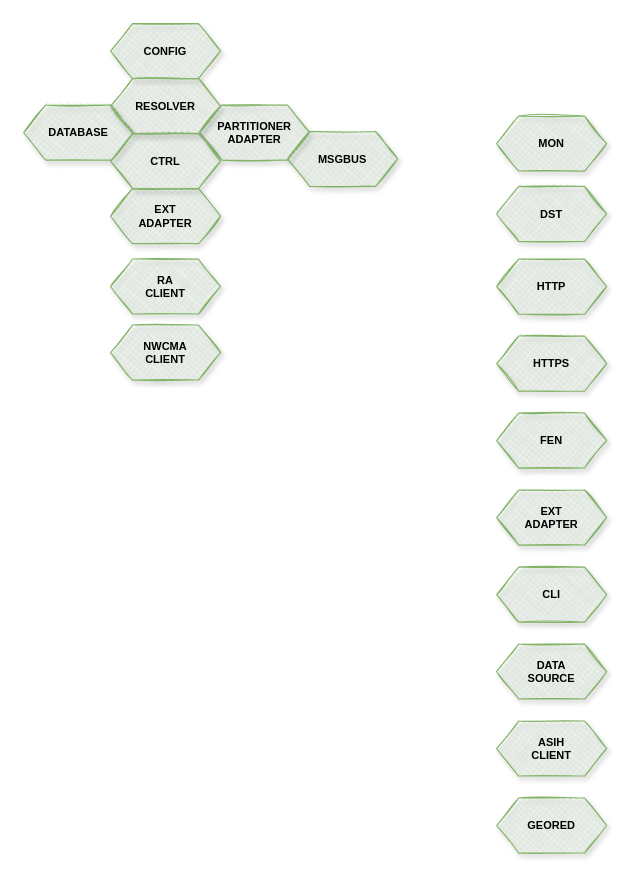
The draw.io diagram page "第 3 页" (3 of 4) of http_server.drawio in SunLucc/Test, before the edit. Source tidied: cells renumbered, new cells numbered last; positions are measured from the earlier drawing's top-left corner, leaving out a move shared by most shapes. Both pictures are drawn from the tidied source at 110%, with x=0, y=0 at pixel (23, 23).
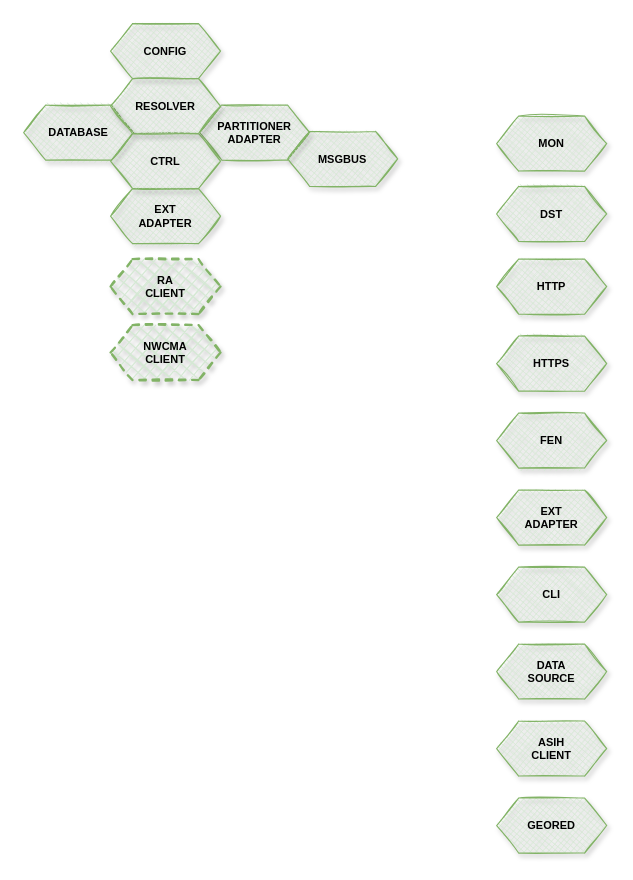
Above is the later version.

Diff of the diagram source:
```diff
@@
-    <mxCell id="13" value="&lt;b style=&quot;font-size: 10px;&quot;&gt;RA&lt;br&gt;CLIENT&lt;br&gt;&lt;/b&gt;" style="shape=hexagon;perimeter=hexagonPerimeter2;whiteSpace=wrap;html=1;fixedSize=1;fillStyle=cross-hatch;fillColor=#d5e8d4;strokeColor=#82b366;fontSize=10;rounded=0;shadow=1;sketch=1;" parent="1" vertex="1">
+    <mxCell id="13" value="&lt;b style=&quot;font-size: 10px;&quot;&gt;RA&lt;br&gt;CLIENT&lt;br&gt;&lt;/b&gt;" style="shape=hexagon;perimeter=hexagonPerimeter2;whiteSpace=wrap;html=1;fixedSize=1;fillStyle=cross-hatch;fillColor=#d5e8d4;strokeColor=#82b366;fontSize=10;rounded=0;shadow=1;sketch=1;dashed=1;strokeWidth=2;" parent="1" vertex="1">
       <mxGeometry x="79" y="214" width="100" height="50" as="geometry" />
     </mxCell>
-    <mxCell id="14" value="&lt;b style=&quot;font-size: 10px;&quot;&gt;NWCMA&lt;br&gt;CLIENT&lt;br&gt;&lt;/b&gt;" style="shape=hexagon;perimeter=hexagonPerimeter2;whiteSpace=wrap;html=1;fixedSize=1;fillStyle=cross-hatch;fillColor=#d5e8d4;strokeColor=#82b366;fontSize=10;rounded=0;shadow=1;sketch=1;" parent="1" vertex="1">
+    <mxCell id="14" value="&lt;b style=&quot;font-size: 10px;&quot;&gt;NWCMA&lt;br&gt;CLIENT&lt;br&gt;&lt;/b&gt;" style="shape=hexagon;perimeter=hexagonPerimeter2;whiteSpace=wrap;html=1;fixedSize=1;fillStyle=cross-hatch;fillColor=#d5e8d4;strokeColor=#82b366;fontSize=10;rounded=0;shadow=1;sketch=1;dashed=1;strokeWidth=2;" parent="1" vertex="1">
       <mxGeometry x="79" y="274" width="100" height="50" as="geometry" />
     </mxCell>
```
